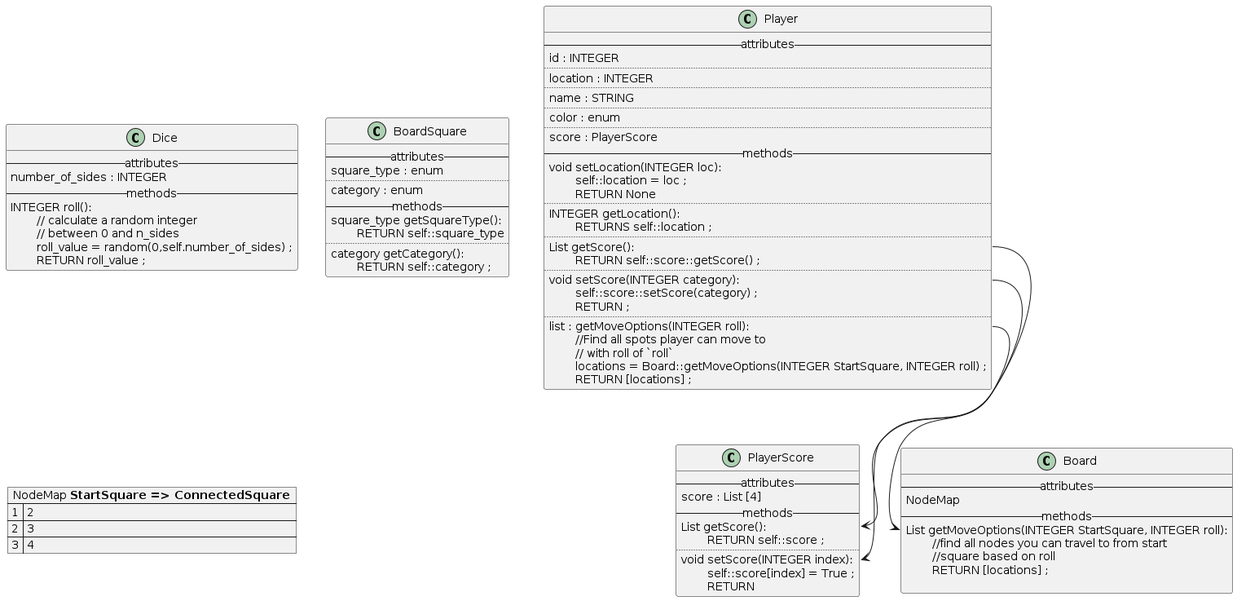
The PlantUML diagram Class_Diagrams/server_pseudocode.png in ttimmer2/TrivialCompute, before a commit.
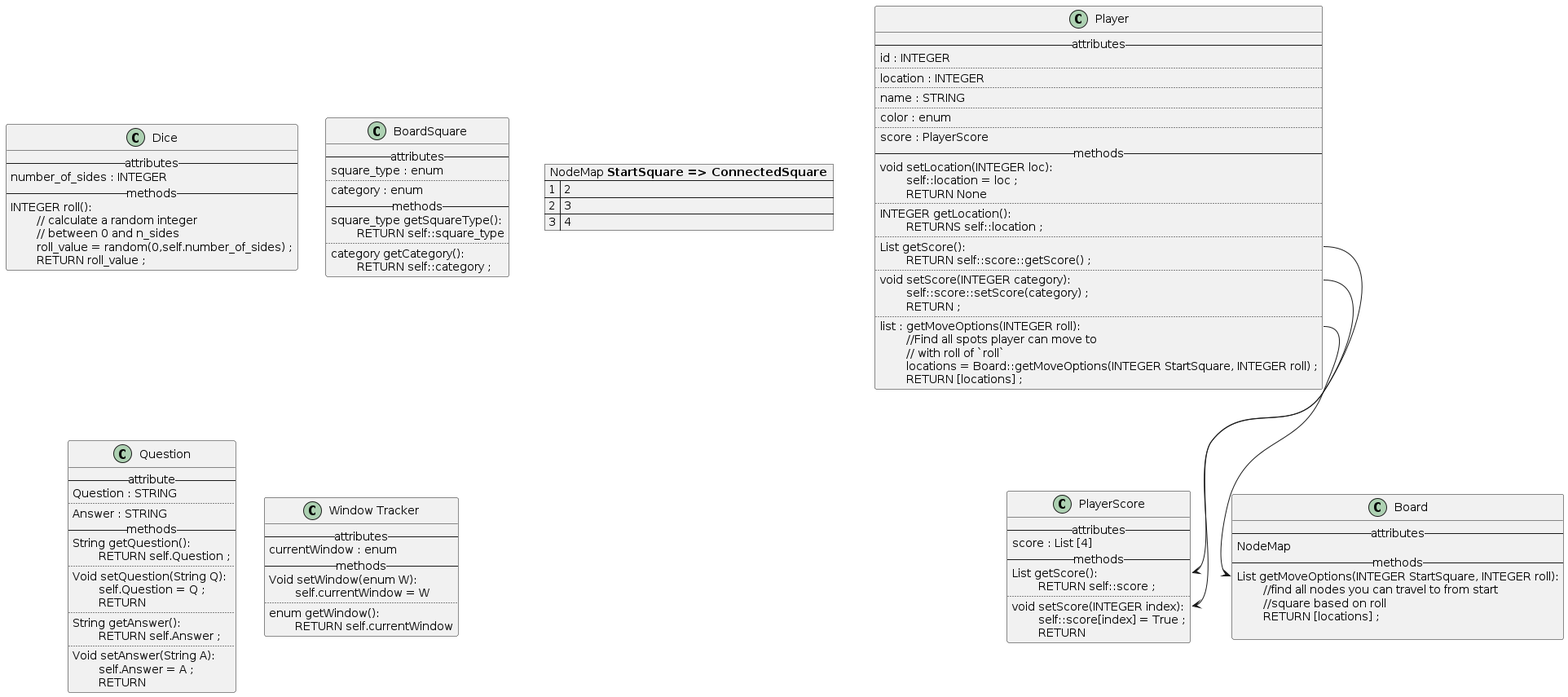
Later version of the same file.

What changed in the source:
```diff
@@ -85,6 +85,38 @@
 
 }
 
+Class Question{
+  --attribute--
+  Question : STRING
+  ..
+  Answer : STRING
+  --methods--
+  String getQuestion():
+  \tRETURN self.Question ;
+  ..
+  Void setQuestion(String Q):
+  \tself.Question = Q ;
+  \tRETURN
+  ..
+  String getAnswer():
+  \tRETURN self.Answer ;
+  ..
+  Void setAnswer(String A):
+  \tself.Answer = A ;
+  \tRETURN
+}
+
+Class "Window Tracker"{
+  --attributes--
+  currentWindow : enum
+  --methods--
+  Void setWindow(enum W):
+  \tself.currentWindow = W
+  ..
+  enum getWindow():
+  \tRETURN self.currentWindow
+}
+
 Player::getScore --> PlayerScore::getScore
 Player::setScore --> PlayerScore::setScore
 Player::getMoveOptions --> Board::getMoveOptions
```
